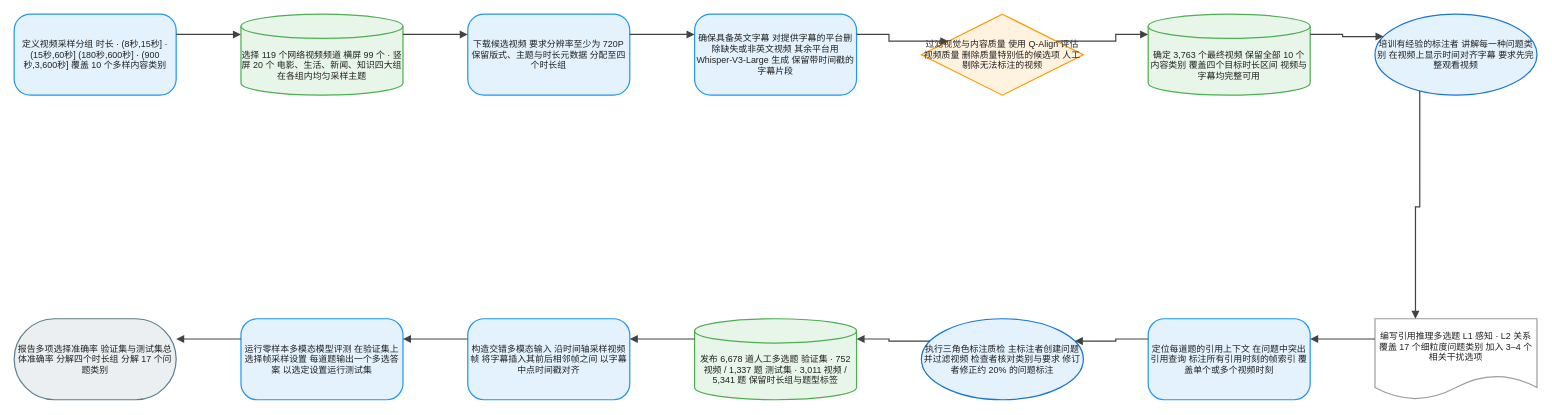
Before: client/public/drawio/LongVideoBench/LongVideoBench.zh.drawio in joe1chief/benchmark-hub, a draw.io diagram. Source tidied: cells renumbered, new cells numbered last; positions are measured from the earlier drawing's top-left corner, leaving out a move shared by most shapes. Both pictures are drawn from the tidied source at 81%, with x=0, y=0 at pixel (14, 14).
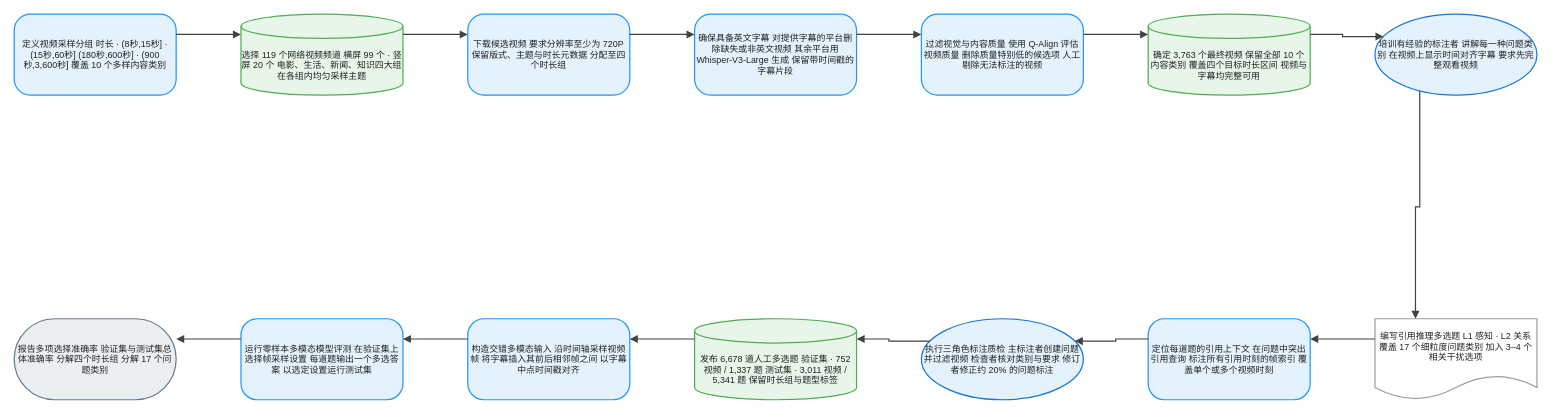
Above is the later version.

Diff of the diagram source:
```diff
@@
-    <mxCell id="6" value="过滤视觉与内容质量 使用 Q-Align 评估视频质量 删除质量特别低的候选项 人工剔除无法标注的视频" style="rhombus;html=1;whiteSpace=wrap;fillColor=#FFF3E0;strokeColor=#FF9800;strokeWidth=1.5;fontColor=#212121;fontSize=11;fontFamily=Arial, Helvetica, sans-serif;verticalAlign=middle;align=center;" parent="1" vertex="1">
+    <mxCell id="6" value="过滤视觉与内容质量 使用 Q-Align 评估视频质量 删除质量特别低的候选项 人工剔除无法标注的视频" style="rounded=1;arcSize=20;html=1;whiteSpace=wrap;fillColor=#E3F2FD;strokeColor=#2196F3;strokeWidth=1.5;fontColor=#212121;fontSize=11;fontFamily=Arial, Helvetica, sans-serif;verticalAlign=middle;align=center;" parent="1" vertex="1">
       <mxGeometry x="1120" width="200" height="100" as="geometry" />
     </mxCell>
```
